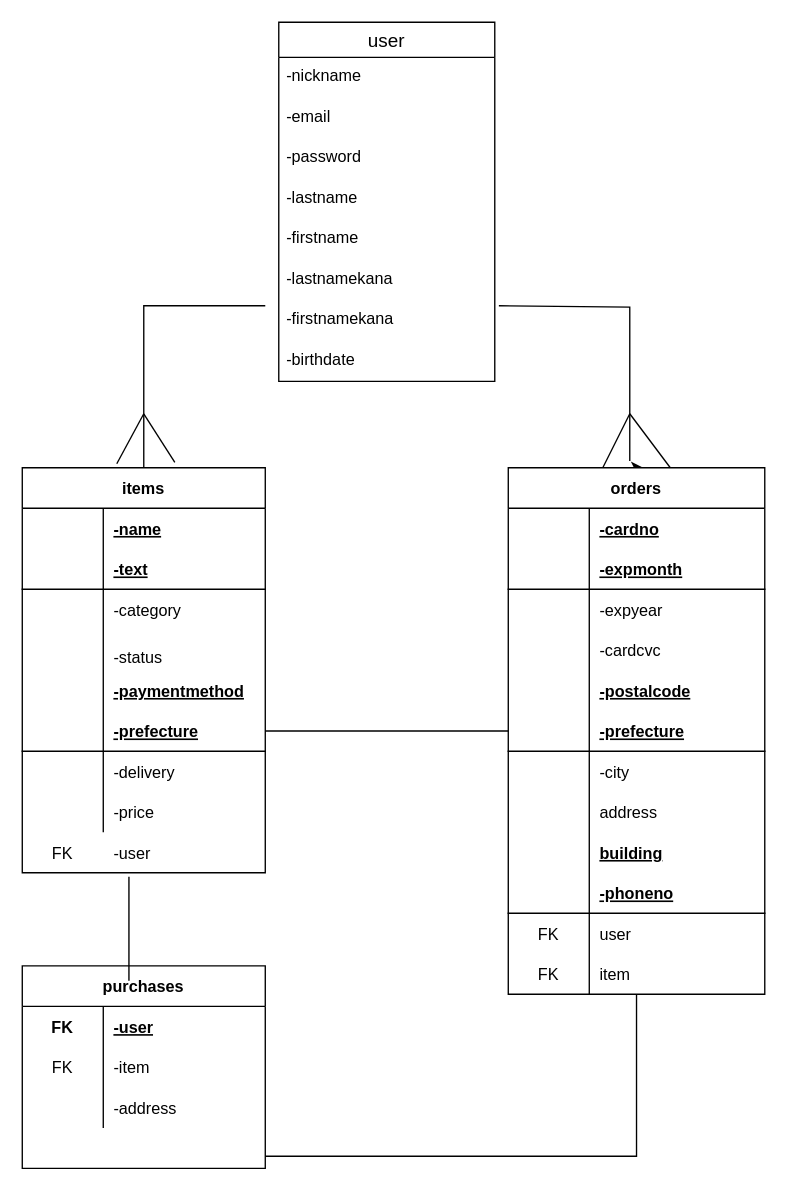
The draw.io diagram page "ページ1" (1 of 2) of test.dio in Ellmoe1/furima0-30995, before the edit. Source tidied: cells renumbered, new cells numbered last; positions are measured from the earlier drawing's top-left corner, leaving out a move shared by most shapes. Both pictures are drawn from the tidied source at 135%, with x=0, y=0 at pixel (22, 22).
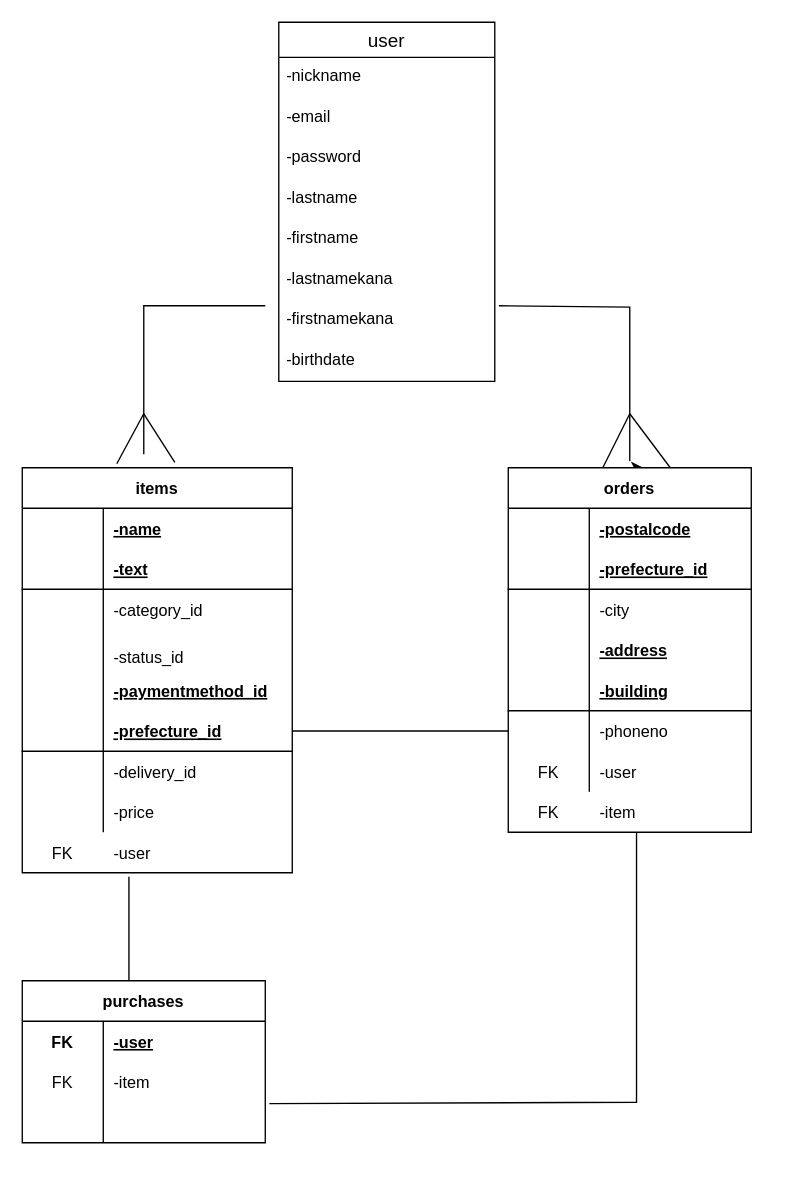
Above is the later version.

Commit message (it also covers changes not shown here):
2回　テーブル設計の編集

The change refers to these unchanged cells:
```xml
<mxCell id="92" style="shape=partialRectangle;fillColor=none;top=0;left=0;bottom=0;right=0;points=[[0,0.5],[1,0.5]];portConstraint=eastwest;" parent="85" vertex="1">
  <mxGeometry y="90" width="180" height="30" as="geometry" />
</mxCell>
```

What changed in the source:
```diff
@@
-    <mxCell id="2" style="edgeStyle=orthogonalEdgeStyle;rounded=0;jettySize=auto;html=1;exitX=0.5;exitY=0;exitDx=0;exitDy=0;" parent="1" edge="1" source="3">
+    <mxCell id="2" style="edgeStyle=orthogonalEdgeStyle;rounded=0;orthogonalLoop=1;jettySize=auto;html=1;exitX=0.5;exitY=0;exitDx=0;exitDy=0;" parent="1" edge="1">
       <mxGeometry relative="1" as="geometry">
+        <mxPoint x="455" y="330" as="sourcePoint" />
         <mxPoint x="460" y="330" as="targetPoint" />
       </mxGeometry>
     </mxCell>
-    <mxCell id="3" value="orders" style="shape=table;startSize=30;childLayout=tableLayout;rowLines=0;fontStyle=1;align=center;" parent="1" vertex="1">
-      <mxGeometry x="360" y="330" width="190" height="390" as="geometry" />
-    </mxCell>
-    <mxCell id="4" style="shape=partialRectangle;fillColor=none;top=0;left=0;bottom=0;right=0;" parent="3" vertex="1">
-      <mxGeometry y="30" width="190" height="30" as="geometry" />
-    </mxCell>
-    <mxCell id="5" style="shape=partialRectangle;fillColor=none;top=0;left=0;bottom=0;right=0;fontStyle=1;overflow=hidden;" parent="4" vertex="1">
-      <mxGeometry width="60" height="30" as="geometry" />
-    </mxCell>
-    <mxCell id="6" value="-cardno" style="shape=partialRectangle;fillColor=none;top=0;left=0;bottom=0;right=0;align=left;spacingLeft=6;fontStyle=5;overflow=hidden;" parent="4" vertex="1">
-      <mxGeometry x="60" width="130" height="30" as="geometry" />
-    </mxCell>
-    <mxCell id="7" style="shape=partialRectangle;fillColor=none;top=0;left=0;bottom=1;right=0;" parent="3" vertex="1">
-      <mxGeometry y="60" width="190" height="30" as="geometry" />
-    </mxCell>
-    <mxCell id="8" style="shape=partialRectangle;fillColor=none;top=0;left=0;bottom=0;right=0;fontStyle=1;overflow=hidden;" parent="7" vertex="1">
-      <mxGeometry width="60" height="30" as="geometry" />
-    </mxCell>
-    <mxCell id="9" value="-expmonth" style="shape=partialRectangle;fillColor=none;top=0;left=0;bottom=0;right=0;align=left;spacingLeft=6;fontStyle=5;overflow=hidden;" parent="7" vertex="1">
-      <mxGeometry x="60" width="130" height="30" as="geometry" />
-    </mxCell>
-    <mxCell id="10" style="shape=partialRectangle;fillColor=none;top=0;left=0;bottom=0;right=0;" parent="3" vertex="1">
-      <mxGeometry y="90" width="190" height="30" as="geometry" />
-    </mxCell>
-    <mxCell id="11" style="shape=partialRectangle;fillColor=none;top=0;left=0;bottom=0;right=0;overflow=hidden;" parent="10" vertex="1">
-      <mxGeometry width="60" height="30" as="geometry" />
-    </mxCell>
-    <mxCell id="12" value="-expyear" style="shape=partialRectangle;fillColor=none;top=0;left=0;bottom=0;right=0;align=left;spacingLeft=6;overflow=hidden;" parent="10" vertex="1">
-      <mxGeometry x="60" width="130" height="30" as="geometry" />
-    </mxCell>
-    <mxCell id="13" style="shape=partialRectangle;fillColor=none;top=0;left=0;bottom=0;right=0;" parent="3" vertex="1">
-      <mxGeometry y="120" width="190" height="30" as="geometry" />
-    </mxCell>
-    <mxCell id="14" style="shape=partialRectangle;fillColor=none;top=0;left=0;bottom=0;right=0;overflow=hidden;" parent="13" vertex="1">
-      <mxGeometry width="60" height="30" as="geometry" />
-    </mxCell>
-    <mxCell id="15" value="-cardcvc" style="shape=partialRectangle;fillColor=none;top=0;left=0;bottom=0;right=0;align=left;spacingLeft=6;overflow=hidden;" parent="13" vertex="1">
-      <mxGeometry x="60" width="130" height="30" as="geometry" />
-    </mxCell>
-    <mxCell id="16" style="shape=partialRectangle;fillColor=none;top=0;left=0;bottom=0;right=0;" parent="3" vertex="1">
-      <mxGeometry y="150" width="190" height="30" as="geometry" />
-    </mxCell>
-    <mxCell id="17" style="shape=partialRectangle;fillColor=none;top=0;left=0;bottom=0;right=0;fontStyle=1;overflow=hidden;" parent="16" vertex="1">
-      <mxGeometry width="60" height="30" as="geometry" />
-    </mxCell>
-    <mxCell id="18" value="-postalcode" style="shape=partialRectangle;fillColor=none;top=0;left=0;bottom=0;right=0;align=left;spacingLeft=6;fontStyle=5;overflow=hidden;" parent="16" vertex="1">
-      <mxGeometry x="60" width="130" height="30" as="geometry" />
-    </mxCell>
-    <mxCell id="19" style="shape=partialRectangle;fillColor=none;top=0;left=0;bottom=1;right=0;points=[[0,0.5],[1,0.5]];portConstraint=eastwest;" parent="3" vertex="1">
-      <mxGeometry y="180" width="190" height="30" as="geometry" />
-    </mxCell>
-    <mxCell id="20" style="shape=partialRectangle;fillColor=none;top=0;left=0;bottom=0;right=0;fontStyle=1;overflow=hidden;" parent="19" vertex="1">
-      <mxGeometry width="60" height="30" as="geometry" />
-    </mxCell>
-    <mxCell id="21" value="-prefecture" style="shape=partialRectangle;fillColor=none;top=0;left=0;bottom=0;right=0;align=left;spacingLeft=6;fontStyle=5;overflow=hidden;" parent="19" vertex="1">
-      <mxGeometry x="60" width="130" height="30" as="geometry" />
-    </mxCell>
-    <mxCell id="22" style="shape=partialRectangle;fillColor=none;top=0;left=0;bottom=0;right=0;" parent="3" vertex="1">
-      <mxGeometry y="210" width="190" height="30" as="geometry" />
-    </mxCell>
-    <mxCell id="23" style="shape=partialRectangle;fillColor=none;top=0;left=0;bottom=0;right=0;overflow=hidden;" parent="22" vertex="1">
-      <mxGeometry width="60" height="30" as="geometry" />
-    </mxCell>
-    <mxCell id="24" value="-city" style="shape=partialRectangle;fillColor=none;top=0;left=0;bottom=0;right=0;align=left;spacingLeft=6;overflow=hidden;" parent="22" vertex="1">
-      <mxGeometry x="60" width="130" height="30" as="geometry" />
-    </mxCell>
-    <mxCell id="25" style="shape=partialRectangle;fillColor=none;top=0;left=0;bottom=0;right=0;" parent="3" vertex="1">
-      <mxGeometry y="240" width="190" height="30" as="geometry" />
-    </mxCell>
-    <mxCell id="26" style="shape=partialRectangle;fillColor=none;top=0;left=0;bottom=0;right=0;overflow=hidden;" parent="25" vertex="1">
-      <mxGeometry width="60" height="30" as="geometry" />
-    </mxCell>
-    <mxCell id="27" value="address" style="shape=partialRectangle;fillColor=none;top=0;left=0;bottom=0;right=0;align=left;spacingLeft=6;overflow=hidden;" parent="25" vertex="1">
-      <mxGeometry x="60" width="130" height="30" as="geometry" />
-    </mxCell>
-    <mxCell id="28" style="shape=partialRectangle;fillColor=none;top=0;left=0;bottom=0;right=0;" parent="3" vertex="1">
-      <mxGeometry y="270" width="190" height="30" as="geometry" />
-    </mxCell>
-    <mxCell id="29" style="shape=partialRectangle;fillColor=none;top=0;left=0;bottom=0;right=0;fontStyle=1;overflow=hidden;" parent="28" vertex="1">
-      <mxGeometry width="60" height="30" as="geometry" />
-    </mxCell>
-    <mxCell id="30" value="building" style="shape=partialRectangle;fillColor=none;top=0;left=0;bottom=0;right=0;align=left;spacingLeft=6;fontStyle=5;overflow=hidden;" parent="28" vertex="1">
-      <mxGeometry x="60" width="130" height="30" as="geometry" />
-    </mxCell>
-    <mxCell id="31" style="shape=partialRectangle;fillColor=none;top=0;left=0;bottom=1;right=0;" parent="3" vertex="1">
-      <mxGeometry y="300" width="190" height="30" as="geometry" />
-    </mxCell>
-    <mxCell id="32" style="shape=partialRectangle;fillColor=none;top=0;left=0;bottom=0;right=0;fontStyle=1;overflow=hidden;" parent="31" vertex="1">
-      <mxGeometry width="60" height="30" as="geometry" />
-    </mxCell>
-    <mxCell id="33" value="-phoneno" style="shape=partialRectangle;fillColor=none;top=0;left=0;bottom=0;right=0;align=left;spacingLeft=6;fontStyle=5;overflow=hidden;" parent="31" vertex="1">
-      <mxGeometry x="60" width="130" height="30" as="geometry" />
-    </mxCell>
-    <mxCell id="34" style="shape=partialRectangle;fillColor=none;top=0;left=0;bottom=0;right=0;" parent="3" vertex="1">
-      <mxGeometry y="330" width="190" height="30" as="geometry" />
-    </mxCell>
-    <mxCell id="35" value="FK" style="shape=partialRectangle;fillColor=none;top=0;left=0;bottom=0;right=0;overflow=hidden;" parent="34" vertex="1">
-      <mxGeometry width="60" height="30" as="geometry" />
-    </mxCell>
-    <mxCell id="36" value="user" style="shape=partialRectangle;fillColor=none;top=0;left=0;bottom=0;right=0;align=left;spacingLeft=6;overflow=hidden;" parent="34" vertex="1">
-      <mxGeometry x="60" width="130" height="30" as="geometry" />
-    </mxCell>
-    <mxCell id="37" style="shape=partialRectangle;fillColor=none;top=0;left=0;bottom=0;right=0;points=[[0,0.5],[1,0.5]];portConstraint=eastwest;" parent="3" vertex="1">
-      <mxGeometry y="360" width="190" height="30" as="geometry" />
-    </mxCell>
-    <mxCell id="38" value="FK" style="shape=partialRectangle;fillColor=none;top=0;left=0;bottom=0;right=0;overflow=hidden;" parent="37" vertex="1">
-      <mxGeometry width="60" height="30" as="geometry" />
-    </mxCell>
-    <mxCell id="39" value="item" style="shape=partialRectangle;fillColor=none;top=0;left=0;bottom=0;right=0;align=left;spacingLeft=6;overflow=hidden;" parent="37" vertex="1">
-      <mxGeometry x="60" width="130" height="30" as="geometry" />
-    </mxCell>
@@
     <mxCell id="49" value="items" style="shape=table;startSize=30;childLayout=tableLayout;rowLines=0;fontStyle=1;align=center;" parent="1" vertex="1">
-      <mxGeometry y="330" width="180" height="300" as="geometry" />
+      <mxGeometry y="330" width="200" height="300" as="geometry" />
     </mxCell>
     <mxCell id="50" style="shape=partialRectangle;fillColor=none;top=0;left=0;bottom=0;right=0;" parent="49" vertex="1">
-      <mxGeometry y="30" width="180" height="30" as="geometry" />
+      <mxGeometry y="30" width="200" height="30" as="geometry" />
     </mxCell>
@@
     <mxCell id="52" value="-name" style="shape=partialRectangle;fillColor=none;top=0;left=0;bottom=0;right=0;align=left;spacingLeft=6;fontStyle=5;overflow=hidden;" parent="50" vertex="1">
-      <mxGeometry x="60" width="120" height="30" as="geometry" />
+      <mxGeometry x="60" width="140" height="30" as="geometry" />
     </mxCell>
     <mxCell id="53" style="shape=partialRectangle;fillColor=none;top=0;left=0;bottom=1;right=0;" parent="49" vertex="1">
-      <mxGeometry y="60" width="180" height="30" as="geometry" />
+      <mxGeometry y="60" width="200" height="30" as="geometry" />
     </mxCell>
@@
     <mxCell id="55" value="-text" style="shape=partialRectangle;fillColor=none;top=0;left=0;bottom=0;right=0;align=left;spacingLeft=6;fontStyle=5;overflow=hidden;" parent="53" vertex="1">
-      <mxGeometry x="60" width="120" height="30" as="geometry" />
+      <mxGeometry x="60" width="140" height="30" as="geometry" />
     </mxCell>
     <mxCell id="56" style="shape=partialRectangle;fillColor=none;top=0;left=0;bottom=0;right=0;" parent="49" vertex="1">
-      <mxGeometry y="90" width="180" height="30" as="geometry" />
+      <mxGeometry y="90" width="200" height="30" as="geometry" />
     </mxCell>
@@
-    <mxCell id="58" value="-category" style="shape=partialRectangle;fillColor=none;top=0;left=0;bottom=0;right=0;align=left;spacingLeft=6;overflow=hidden;" parent="56" vertex="1">
-      <mxGeometry x="60" width="120" height="30" as="geometry" />
+    <mxCell id="58" value="-category_id" style="shape=partialRectangle;fillColor=none;top=0;left=0;bottom=0;right=0;align=left;spacingLeft=6;overflow=hidden;" parent="56" vertex="1">
+      <mxGeometry x="60" width="140" height="30" as="geometry" />
     </mxCell>
     <mxCell id="59" style="shape=partialRectangle;fillColor=none;top=0;left=0;bottom=0;right=0;" parent="49" vertex="1">
-      <mxGeometry y="120" width="180" height="30" as="geometry" />
+      <mxGeometry y="120" width="200" height="30" as="geometry" />
     </mxCell>
@@
     <mxCell id="61" value="&#10;&#10;&#10;&#10;&#10;&#10;&#10;&#10;&#10;" style="shape=partialRectangle;fillColor=none;top=0;left=0;bottom=0;right=0;align=left;spacingLeft=6;overflow=hidden;" parent="59" vertex="1">
-      <mxGeometry x="60" width="120" height="30" as="geometry" />
+      <mxGeometry x="60" width="140" height="30" as="geometry" />
     </mxCell>
     <mxCell id="62" style="shape=partialRectangle;fillColor=none;top=0;left=0;bottom=0;right=0;" parent="49" vertex="1">
-      <mxGeometry y="150" width="180" height="30" as="geometry" />
+      <mxGeometry y="150" width="200" height="30" as="geometry" />
     </mxCell>
@@
-    <mxCell id="64" value="-paymentmethod" style="shape=partialRectangle;fillColor=none;top=0;left=0;bottom=0;right=0;align=left;spacingLeft=6;fontStyle=5;overflow=hidden;" parent="62" vertex="1">
-      <mxGeometry x="60" width="120" height="30" as="geometry" />
+    <mxCell id="64" value="-paymentmethod_id" style="shape=partialRectangle;fillColor=none;top=0;left=0;bottom=0;right=0;align=left;spacingLeft=6;fontStyle=5;overflow=hidden;" parent="62" vertex="1">
+      <mxGeometry x="60" width="140" height="30" as="geometry" />
     </mxCell>
     <mxCell id="65" style="shape=partialRectangle;fillColor=none;top=0;left=0;bottom=1;right=0;points=[[0,0.5],[1,0.5]];portConstraint=eastwest;" parent="49" vertex="1">
-      <mxGeometry y="180" width="180" height="30" as="geometry" />
+      <mxGeometry y="180" width="200" height="30" as="geometry" />
     </mxCell>
@@
-    <mxCell id="67" value="-prefecture" style="shape=partialRectangle;fillColor=none;top=0;left=0;bottom=0;right=0;align=left;spacingLeft=6;fontStyle=5;overflow=hidden;" parent="65" vertex="1">
-      <mxGeometry x="60" width="120" height="30" as="geometry" />
+    <mxCell id="67" value="-prefecture_id" style="shape=partialRectangle;fillColor=none;top=0;left=0;bottom=0;right=0;align=left;spacingLeft=6;fontStyle=5;overflow=hidden;" parent="65" vertex="1">
+      <mxGeometry x="60" width="140" height="30" as="geometry" />
     </mxCell>
     <mxCell id="68" style="shape=partialRectangle;fillColor=none;top=0;left=0;bottom=0;right=0;" parent="49" vertex="1">
-      <mxGeometry y="210" width="180" height="30" as="geometry" />
+      <mxGeometry y="210" width="200" height="30" as="geometry" />
     </mxCell>
@@
-    <mxCell id="70" value="-delivery" style="shape=partialRectangle;fillColor=none;top=0;left=0;bottom=0;right=0;align=left;spacingLeft=6;overflow=hidden;" parent="68" vertex="1">
-      <mxGeometry x="60" width="120" height="30" as="geometry" />
+    <mxCell id="70" value="-delivery_id" style="shape=partialRectangle;fillColor=none;top=0;left=0;bottom=0;right=0;align=left;spacingLeft=6;overflow=hidden;" parent="68" vertex="1">
+      <mxGeometry x="60" width="140" height="30" as="geometry" />
     </mxCell>
     <mxCell id="71" style="shape=partialRectangle;fillColor=none;top=0;left=0;bottom=0;right=0;" parent="49" vertex="1">
-      <mxGeometry y="240" width="180" height="30" as="geometry" />
+      <mxGeometry y="240" width="200" height="30" as="geometry" />
     </mxCell>
@@
     <mxCell id="73" value="-price" style="shape=partialRectangle;fillColor=none;top=0;left=0;bottom=0;right=0;align=left;spacingLeft=6;overflow=hidden;" parent="71" vertex="1">
-      <mxGeometry x="60" width="120" height="30" as="geometry" />
+      <mxGeometry x="60" width="140" height="30" as="geometry" />
     </mxCell>
@@
-    <mxCell id="76" style="endArrow=none;html=1;rounded=0;exitX=0.5;exitY=0;exitDx=0;exitDy=0;" parent="1" edge="1" source="49">
+    <mxCell id="76" style="endArrow=none;html=1;rounded=0;" parent="1" edge="1">
       <mxGeometry relative="1" as="geometry">
+        <mxPoint x="90" y="320" as="sourcePoint" />
         <mxPoint x="180" y="210" as="targetPoint" />
         <Array as="points">
           <mxPoint x="90" y="210" />
         </Array>
       </mxGeometry>
     </mxCell>
@@
-    <mxCell id="80" style="endArrow=none;html=1;rounded=0;exitX=1;exitY=0.5;exitDx=0;exitDy=0;entryX=0;entryY=0.5;entryDx=0;entryDy=0;" parent="1" edge="1" source="65" target="19">
-      <mxGeometry relative="1" as="geometry" />
+    <mxCell id="80" style="endArrow=none;html=1;rounded=0;exitX=1;exitY=0.5;exitDx=0;exitDy=0;entryX=0;entryY=0.5;entryDx=0;entryDy=0;" parent="1" edge="1" source="65">
+      <mxGeometry relative="1" as="geometry">
+        <mxPoint x="360" y="525" as="targetPoint" />
+      </mxGeometry>
     </mxCell>
-    <mxCell id="81" value="-status" style="shape=partialRectangle;fillColor=none;top=0;left=0;bottom=0;right=0;align=left;spacingLeft=6;overflow=hidden;" parent="1" vertex="1">
+    <mxCell id="81" value="-status_id" style="shape=partialRectangle;fillColor=none;top=0;left=0;bottom=0;right=0;align=left;spacingLeft=6;overflow=hidden;" parent="1" vertex="1">
       <mxGeometry x="60" y="455" width="120" height="30" as="geometry" />
     </mxCell>
@@
     <mxCell id="85" value="purchases" style="shape=table;startSize=30;childLayout=tableLayout;rowLines=0;fontStyle=1;align=center;" parent="1" vertex="1">
-      <mxGeometry y="699" width="180" height="150" as="geometry" />
+      <mxGeometry y="710" width="180" height="120" as="geometry" />
     </mxCell>
@@
-    <mxCell id="94" value="-address" style="shape=partialRectangle;fillColor=none;top=0;left=0;bottom=0;right=0;align=left;spacingLeft=6;overflow=hidden;" parent="92" vertex="1">
+    <mxCell id="94" style="shape=partialRectangle;fillColor=none;top=0;left=0;bottom=0;right=0;align=left;spacingLeft=6;overflow=hidden;" parent="92" vertex="1">
       <mxGeometry x="60" width="120" height="30" as="geometry" />
     </mxCell>
@@
-    <mxCell id="96" style="endArrow=none;html=1;rounded=0;" parent="1" edge="1" target="37">
+    <mxCell id="96" style="endArrow=none;html=1;rounded=0;exitX=1.017;exitY=0.033;exitDx=0;exitDy=0;exitPerimeter=0;" parent="1" edge="1" source="92">
       <mxGeometry relative="1" as="geometry">
-        <mxPoint x="180" y="840" as="sourcePoint" />
+        <mxPoint x="455" y="600" as="targetPoint" />
         <Array as="points">
-          <mxPoint x="455" y="840" />
+          <mxPoint x="455" y="800" />
         </Array>
       </mxGeometry>
     </mxCell>
+    <mxCell id="3" value="orders" style="shape=table;startSize=30;childLayout=tableLayout;rowLines=0;fontStyle=1;align=center;" parent="1" vertex="1">
+      <mxGeometry x="360" y="330" width="180" height="270" as="geometry" />
+    </mxCell>
+    <mxCell id="97" style="shape=partialRectangle;fillColor=none;top=0;left=0;bottom=0;right=0;" parent="3" vertex="1">
+      <mxGeometry y="30" width="180" height="30" as="geometry" />
+    </mxCell>
+    <mxCell id="98" style="shape=partialRectangle;fillColor=none;top=0;left=0;bottom=0;right=0;fontStyle=1;overflow=hidden;" parent="97" vertex="1">
+      <mxGeometry width="60" height="30" as="geometry" />
+    </mxCell>
+    <mxCell id="18" value="-postalcode" style="shape=partialRectangle;fillColor=none;top=0;left=0;bottom=0;right=0;align=left;spacingLeft=6;fontStyle=5;overflow=hidden;" parent="97" vertex="1">
+      <mxGeometry x="60" width="120" height="30" as="geometry" />
+    </mxCell>
+    <mxCell id="99" style="shape=partialRectangle;fillColor=none;top=0;left=0;bottom=1;right=0;" parent="3" vertex="1">
+      <mxGeometry y="60" width="180" height="30" as="geometry" />
+    </mxCell>
+    <mxCell id="100" style="shape=partialRectangle;fillColor=none;top=0;left=0;bottom=0;right=0;fontStyle=1;overflow=hidden;" parent="99" vertex="1">
+      <mxGeometry width="60" height="30" as="geometry" />
+    </mxCell>
+    <mxCell id="101" value="-prefecture_id" style="shape=partialRectangle;fillColor=none;top=0;left=0;bottom=0;right=0;align=left;spacingLeft=6;fontStyle=5;overflow=hidden;" parent="99" vertex="1">
+      <mxGeometry x="60" width="120" height="30" as="geometry" />
+    </mxCell>
+    <mxCell id="102" style="shape=partialRectangle;fillColor=none;top=0;left=0;bottom=0;right=0;" parent="3" vertex="1">
+      <mxGeometry y="90" width="180" height="30" as="geometry" />
+    </mxCell>
+    <mxCell id="103" style="shape=partialRectangle;fillColor=none;top=0;left=0;bottom=0;right=0;overflow=hidden;" parent="102" vertex="1">
+      <mxGeometry width="60" height="30" as="geometry" />
+    </mxCell>
+    <mxCell id="24" value="-city" style="shape=partialRectangle;fillColor=none;top=0;left=0;bottom=0;right=0;align=left;spacingLeft=6;overflow=hidden;" parent="102" vertex="1">
+      <mxGeometry x="60" width="120" height="30" as="geometry" />
+    </mxCell>
+    <mxCell id="104" style="shape=partialRectangle;fillColor=none;top=0;left=0;bottom=0;right=0;" parent="3" vertex="1">
+      <mxGeometry y="120" width="180" height="30" as="geometry" />
+    </mxCell>
+    <mxCell id="105" style="shape=partialRectangle;fillColor=none;top=0;left=0;bottom=0;right=0;fontStyle=1;overflow=hidden;" parent="104" vertex="1">
+      <mxGeometry width="60" height="30" as="geometry" />
+    </mxCell>
+    <mxCell id="106" value="-address" style="shape=partialRectangle;fillColor=none;top=0;left=0;bottom=0;right=0;align=left;spacingLeft=6;fontStyle=5;overflow=hidden;" parent="104" vertex="1">
+      <mxGeometry x="60" width="120" height="30" as="geometry" />
+    </mxCell>
+    <mxCell id="107" style="shape=partialRectangle;fillColor=none;top=0;left=0;bottom=1;right=0;" parent="3" vertex="1">
+      <mxGeometry y="150" width="180" height="30" as="geometry" />
+    </mxCell>
+    <mxCell id="108" style="shape=partialRectangle;fillColor=none;top=0;left=0;bottom=0;right=0;fontStyle=1;overflow=hidden;" parent="107" vertex="1">
+      <mxGeometry width="60" height="30" as="geometry" />
+    </mxCell>
+    <mxCell id="109" value="-building" style="shape=partialRectangle;fillColor=none;top=0;left=0;bottom=0;right=0;align=left;spacingLeft=6;fontStyle=5;overflow=hidden;" parent="107" vertex="1">
+      <mxGeometry x="60" width="120" height="30" as="geometry" />
+    </mxCell>
+    <mxCell id="110" style="shape=partialRectangle;fillColor=none;top=0;left=0;bottom=0;right=0;" parent="3" vertex="1">
+      <mxGeometry y="180" width="180" height="30" as="geometry" />
+    </mxCell>
+    <mxCell id="111" style="shape=partialRectangle;fillColor=none;top=0;left=0;bottom=0;right=0;overflow=hidden;" parent="110" vertex="1">
+      <mxGeometry width="60" height="30" as="geometry" />
+    </mxCell>
+    <mxCell id="33" value="-phoneno" style="shape=partialRectangle;fillColor=none;top=0;left=0;bottom=0;right=0;align=left;spacingLeft=6;overflow=hidden;" parent="110" vertex="1">
+      <mxGeometry x="60" width="120" height="30" as="geometry" />
+    </mxCell>
+    <mxCell id="112" style="shape=partialRectangle;fillColor=none;top=0;left=0;bottom=0;right=0;" parent="3" vertex="1">
+      <mxGeometry y="210" width="180" height="30" as="geometry" />
+    </mxCell>
+    <mxCell id="113" value="FK" style="shape=partialRectangle;fillColor=none;top=0;left=0;bottom=0;right=0;overflow=hidden;" parent="112" vertex="1">
+      <mxGeometry width="60" height="30" as="geometry" />
+    </mxCell>
+    <mxCell id="114" value="-user" style="shape=partialRectangle;fillColor=none;top=0;left=0;bottom=0;right=0;align=left;spacingLeft=6;overflow=hidden;" parent="112" vertex="1">
+      <mxGeometry x="60" width="120" height="30" as="geometry" />
+    </mxCell>
+    <mxCell id="115" value="-item" style="shape=partialRectangle;fillColor=none;top=0;left=0;bottom=0;right=0;align=left;spacingLeft=6;overflow=hidden;" parent="1" vertex="1">
+      <mxGeometry x="420" y="570" width="120" height="30" as="geometry" />
+    </mxCell>
+    <mxCell id="116" value="FK" style="shape=partialRectangle;fillColor=none;top=0;left=0;bottom=0;right=0;overflow=hidden;" parent="1" vertex="1">
+      <mxGeometry x="360" y="570" width="60" height="30" as="geometry" />
+    </mxCell>
```
